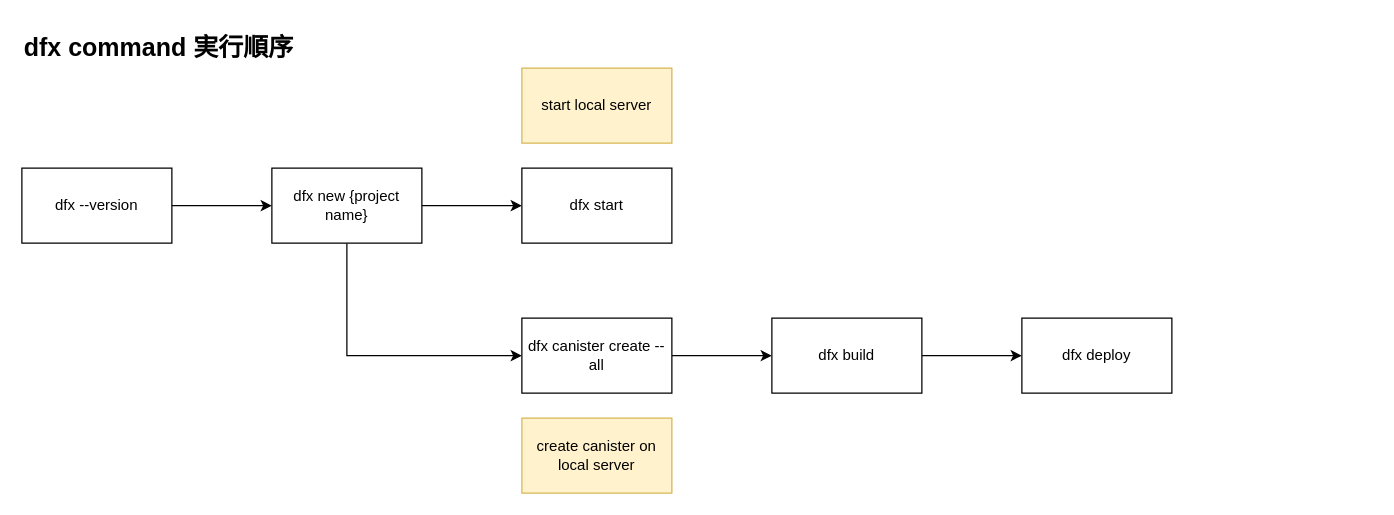
Above: onmac/icp.drawio in infinith4/dev-icp (draw.io), before the change. Source tidied: cells renumbered, new cells numbered last; positions are measured from the earlier drawing's top-left corner, leaving out a move shared by most shapes. Both pictures are drawn from the tidied source at 125%, with x=0, y=0 at pixel (21, 21).
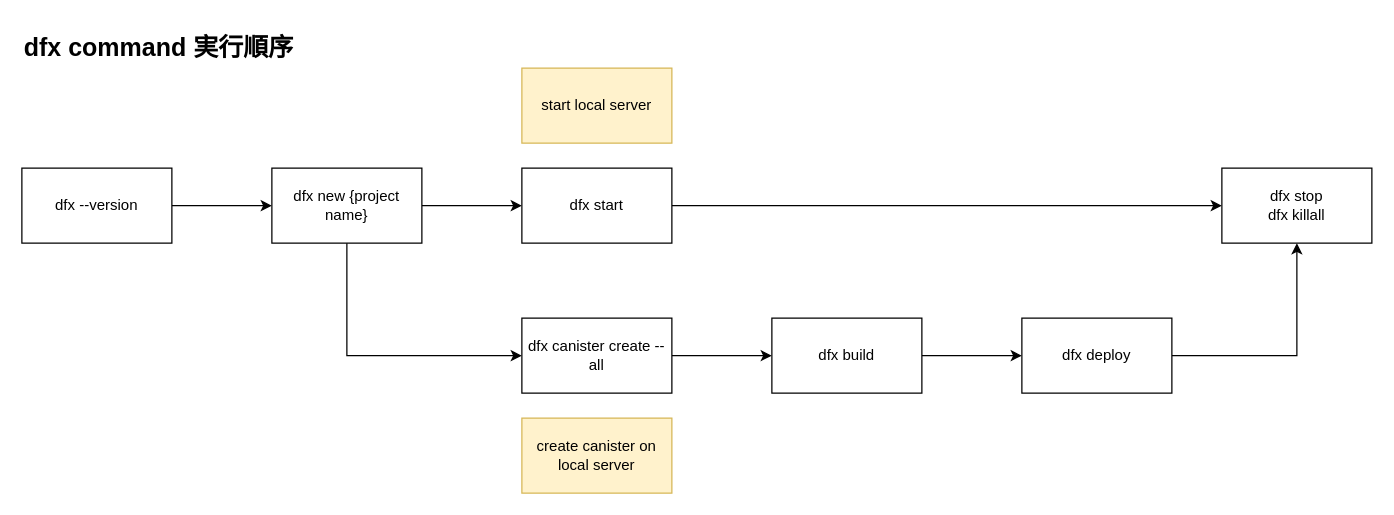
The same diagram, later.

What changed in the source:
```diff
@@
 <mxGraphModel>
   <root>
     <mxCell id="0" />
     <mxCell id="1" parent="0" />
     <mxCell id="2" style="edgeStyle=orthogonalEdgeStyle;rounded=0;jettySize=auto;html=1;" parent="1" edge="1" source="3" target="6">
       <mxGeometry relative="1" as="geometry" />
     </mxCell>
     <mxCell id="3" value="dfx --version" style="rounded=0;whiteSpace=wrap;html=1;" parent="1" vertex="1">
       <mxGeometry y="117" width="120" height="60" as="geometry" />
     </mxCell>
     <mxCell id="4" style="edgeStyle=orthogonalEdgeStyle;rounded=0;jettySize=auto;html=1;" parent="1" edge="1" source="6" target="7">
       <mxGeometry relative="1" as="geometry" />
     </mxCell>
     <mxCell id="5" style="edgeStyle=orthogonalEdgeStyle;rounded=0;jettySize=auto;html=1;exitX=0.5;exitY=1;exitDx=0;exitDy=0;entryX=0;entryY=0.5;entryDx=0;entryDy=0;" parent="1" edge="1" source="6" target="10">
       <mxGeometry relative="1" as="geometry" />
     </mxCell>
     <mxCell id="6" value="dfx new {project name}" style="rounded=0;whiteSpace=wrap;html=1;" parent="1" vertex="1">
       <mxGeometry x="200" y="117" width="120" height="60" as="geometry" />
     </mxCell>
+    <mxCell id="16" style="edgeStyle=orthogonalEdgeStyle;rounded=0;jettySize=auto;html=1;entryX=0.5;entryY=1;entryDx=0;entryDy=0;exitX=1;exitY=0.5;exitDx=0;exitDy=0;" parent="1" edge="1" source="13" target="18">
+      <mxGeometry relative="1" as="geometry" />
+    </mxCell>
+    <mxCell id="17" style="edgeStyle=orthogonalEdgeStyle;rounded=0;jettySize=auto;html=1;entryX=0;entryY=0.5;entryDx=0;entryDy=0;" parent="1" edge="1" source="7" target="18">
+      <mxGeometry relative="1" as="geometry" />
+    </mxCell>
     <mxCell id="7" value="dfx start" style="rounded=0;whiteSpace=wrap;html=1;" parent="1" vertex="1">
       <mxGeometry x="400" y="117" width="120" height="60" as="geometry" />
     </mxCell>
     <mxCell id="8" value="start local server" style="rounded=0;whiteSpace=wrap;html=1;fillColor=#fff2cc;strokeColor=#d6b656;" parent="1" vertex="1">
       <mxGeometry x="400" y="37" width="120" height="60" as="geometry" />
     </mxCell>
     <mxCell id="9" style="edgeStyle=orthogonalEdgeStyle;rounded=0;jettySize=auto;html=1;" parent="1" edge="1" source="10" target="12">
       <mxGeometry relative="1" as="geometry" />
     </mxCell>
     <mxCell id="10" value="dfx canister create --all" style="rounded=0;whiteSpace=wrap;html=1;" parent="1" vertex="1">
       <mxGeometry x="400" y="237" width="120" height="60" as="geometry" />
     </mxCell>
     <mxCell id="11" style="edgeStyle=orthogonalEdgeStyle;rounded=0;jettySize=auto;html=1;" parent="1" edge="1" source="12" target="13">
       <mxGeometry relative="1" as="geometry" />
     </mxCell>
     <mxCell id="12" value="dfx build" style="rounded=0;whiteSpace=wrap;html=1;" parent="1" vertex="1">
       <mxGeometry x="600" y="237" width="120" height="60" as="geometry" />
     </mxCell>
     <mxCell id="13" value="dfx deploy" style="rounded=0;whiteSpace=wrap;html=1;" parent="1" vertex="1">
       <mxGeometry x="800" y="237" width="120" height="60" as="geometry" />
     </mxCell>
     <mxCell id="14" value="&lt;b&gt;&lt;font style=&quot;font-size: 20px;&quot;&gt;dfx command 実行順序&lt;/font&gt;&lt;/b&gt;" style="text;html=1;align=left;verticalAlign=middle;strokeColor=none;fillColor=none;" parent="1" vertex="1">
       <mxGeometry width="240" height="40" as="geometry" />
     </mxCell>
     <mxCell id="15" value="create canister on local server" style="rounded=0;whiteSpace=wrap;html=1;fillColor=#fff2cc;strokeColor=#d6b656;" parent="1" vertex="1">
       <mxGeometry x="400" y="317" width="120" height="60" as="geometry" />
     </mxCell>
+    <mxCell id="18" value="dfx stop&lt;br&gt;dfx killall" style="rounded=0;whiteSpace=wrap;html=1;" parent="1" vertex="1">
+      <mxGeometry x="960" y="117" width="120" height="60" as="geometry" />
+    </mxCell>
   </root>
 </mxGraphModel>
```
